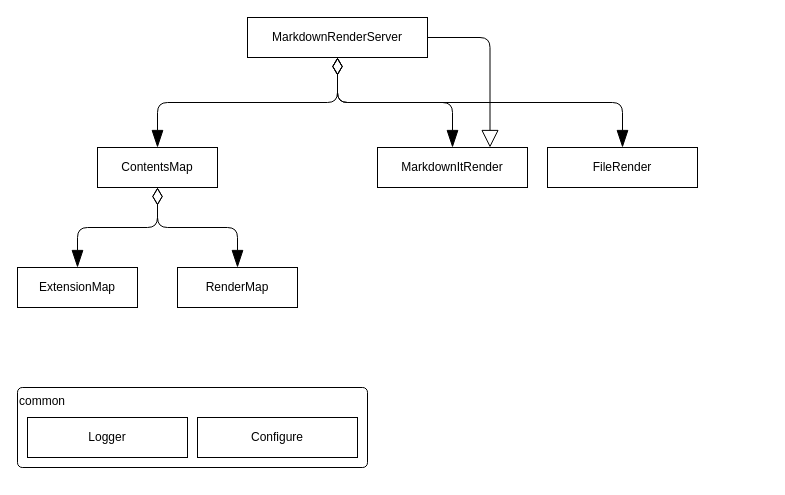
This is docs/memo/architecture.drawio from kazumatu981/markdown-it-pdf, a draw.io file, before an edit. Source tidied: cells renumbered, new cells numbered last; positions are measured from the earlier drawing's top-left corner, leaving out a move shared by most shapes. Both pictures are drawn from the tidied source at 100%, with x=0, y=0 at pixel (17, 17).
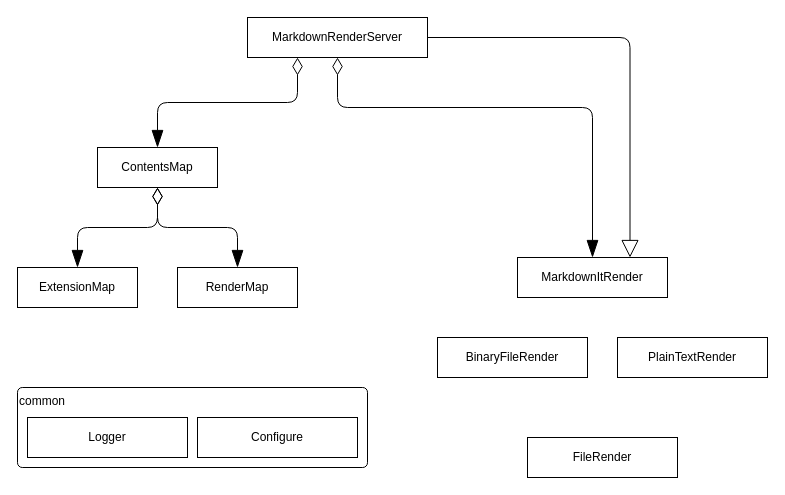
The same page after the edit.

Commit message:
just backup.

Unchanged cells that the change refers to:
```xml
<mxCell id="4" value="ContentsMap" style="rounded=0;whiteSpace=wrap;html=1;fillColor=none;" parent="1" vertex="1">
  <mxGeometry x="80" y="130" width="120" height="40" as="geometry" />
</mxCell>
<mxCell id="10" value="MarkdownRenderServer" style="rounded=0;whiteSpace=wrap;html=1;fillColor=none;" parent="1" vertex="1">
  <mxGeometry x="230" width="180" height="40" as="geometry" />
</mxCell>
```

What changed in the source:
```diff
@@
     <mxCell id="7" style="edgeStyle=elbowEdgeStyle;elbow=vertical;html=1;startArrow=diamondThin;startFill=0;endArrow=blockThin;endFill=1;startSize=15;endSize=15;targetPerimeterSpacing=0;" parent="1" edge="1" source="10" target="12">
-      <mxGeometry relative="1" as="geometry" />
+      <mxGeometry relative="1" as="geometry">
+        <Array as="points">
+          <mxPoint x="450" y="90" />
+        </Array>
+      </mxGeometry>
     </mxCell>
-    <mxCell id="8" style="edgeStyle=elbowEdgeStyle;elbow=vertical;html=1;startArrow=diamondThin;startFill=0;endArrow=blockThin;endFill=1;startSize=15;endSize=15;targetPerimeterSpacing=0;" parent="1" edge="1" source="10" target="16">
-      <mxGeometry relative="1" as="geometry" />
-    </mxCell>
@@
     <mxCell id="11" style="edgeStyle=elbowEdgeStyle;elbow=vertical;html=1;startArrow=diamondThin;startFill=0;targetPerimeterSpacing=0;startSize=15;endSize=15;endArrow=blockThin;endFill=1;" parent="1" edge="1" source="10" target="4">
-      <mxGeometry relative="1" as="geometry" />
+      <mxGeometry relative="1" as="geometry">
+        <Array as="points">
+          <mxPoint x="280" y="85" />
+        </Array>
+      </mxGeometry>
     </mxCell>
     <mxCell id="12" value="MarkdownItRender" style="rounded=0;whiteSpace=wrap;html=1;fillColor=none;" parent="1" vertex="1">
-      <mxGeometry x="360" y="130" width="150" height="40" as="geometry" />
+      <mxGeometry x="500" y="240" width="150" height="40" as="geometry" />
     </mxCell>
@@
     <mxCell id="16" value="FileRender" style="rounded=0;whiteSpace=wrap;html=1;fillColor=none;" parent="1" vertex="1">
-      <mxGeometry x="530" y="130" width="150" height="40" as="geometry" />
+      <mxGeometry x="510" y="420" width="150" height="40" as="geometry" />
     </mxCell>
+    <mxCell id="17" value="BinaryFileRender" style="rounded=0;whiteSpace=wrap;html=1;fillColor=none;" parent="1" vertex="1">
+      <mxGeometry x="420" y="320" width="150" height="40" as="geometry" />
+    </mxCell>
+    <mxCell id="18" value="PlainTextRender" style="rounded=0;whiteSpace=wrap;html=1;fillColor=none;" parent="1" vertex="1">
+      <mxGeometry x="600" y="320" width="150" height="40" as="geometry" />
+    </mxCell>
```
